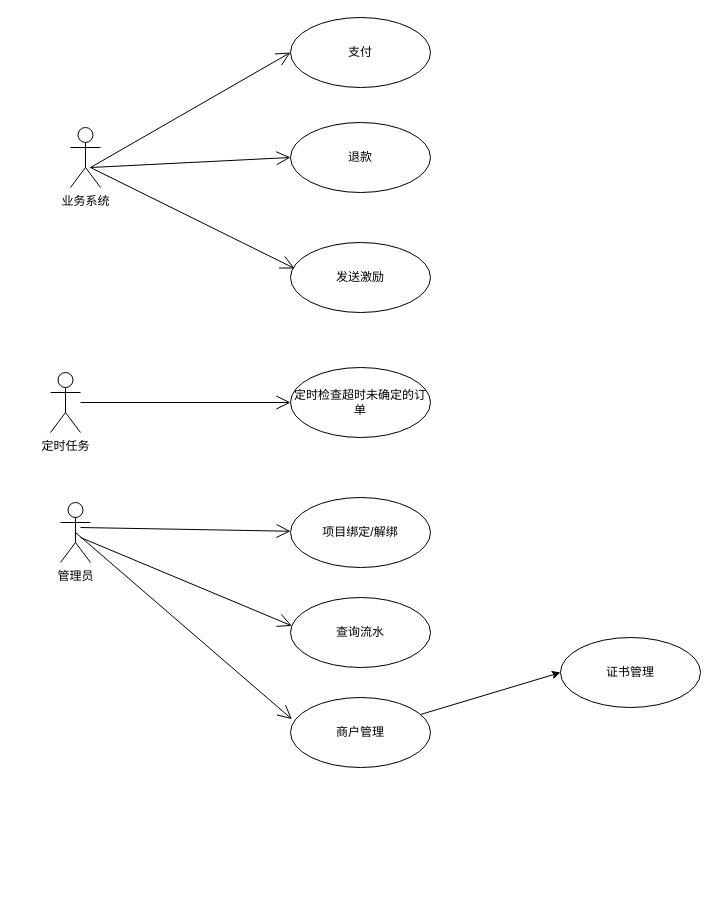
juesuchen/diagrams keeps this draw.io diagram as page "第 1 页" (1 of 4) of 基础服务-交易.drawio. Above is the earlier version. Source tidied: cells renumbered, new cells numbered last; positions are measured from the earlier drawing's top-left corner, leaving out a move shared by most shapes. Both pictures are drawn from the tidied source at 100%, with x=0, y=0 at pixel (50, 17).
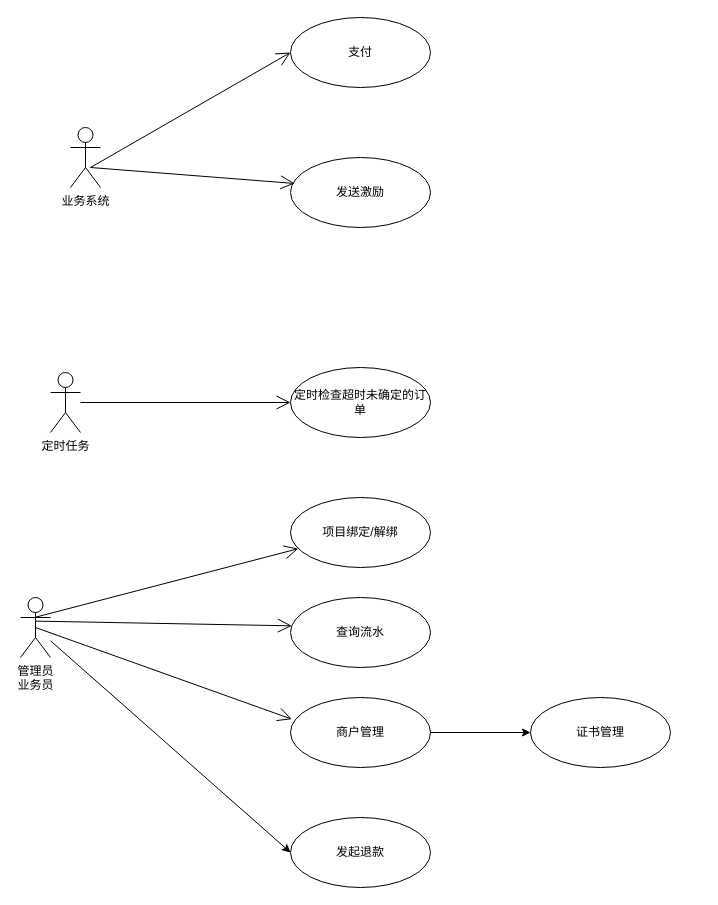
After the change.

Commit message:
更新基础服务-交易.drawio

The change refers to these unchanged cells:
```xml
<mxCell id="13" value="项目绑定/解绑" style="ellipse;whiteSpace=wrap;html=1;" parent="1" vertex="1">
  <mxGeometry x="240" y="480" width="140" height="70" as="geometry" />
</mxCell>
<mxCell id="15" value="查询流水" style="ellipse;whiteSpace=wrap;html=1;" parent="1" vertex="1">
  <mxGeometry x="240" y="580" width="140" height="70" as="geometry" />
</mxCell>
```

The edit, as a diff of the source:
```diff
@@
-    <mxCell id="5" value="退款" style="ellipse;whiteSpace=wrap;html=1;" parent="1" vertex="1">
-      <mxGeometry x="240" y="105" width="140" height="70" as="geometry" />
+    <mxCell id="5" value="发起退款" style="ellipse;whiteSpace=wrap;html=1;" parent="1" vertex="1">
+      <mxGeometry x="240" y="800" width="140" height="70" as="geometry" />
     </mxCell>
+    <mxCell id="21" style="rounded=0;jettySize=auto;html=1;entryX=0;entryY=0.5;entryDx=0;entryDy=0;" parent="1" edge="1" source="6" target="5">
+      <mxGeometry relative="1" as="geometry" />
+    </mxCell>
-    <mxCell id="6" value="管理员" style="shape=umlActor;verticalLabelPosition=bottom;verticalAlign=top;html=1;" parent="1" vertex="1">
-      <mxGeometry x="10" y="485" width="30" height="60" as="geometry" />
+    <mxCell id="6" value="管理员&lt;br&gt;业务员" style="shape=umlActor;verticalLabelPosition=bottom;verticalAlign=top;html=1;" parent="1" vertex="1">
+      <mxGeometry x="-30" y="580" width="30" height="60" as="geometry" />
     </mxCell>
@@
-    <mxCell id="8" style="endArrow=open;endFill=1;endSize=12;html=1;entryX=0;entryY=0.5;entryDx=0;entryDy=0;" parent="1" edge="1" target="5">
-      <mxGeometry relative="1" as="geometry">
-        <mxPoint x="40" y="150" as="sourcePoint" />
-      </mxGeometry>
-    </mxCell>
     <mxCell id="9" value="发送激励" style="ellipse;whiteSpace=wrap;html=1;" parent="1" vertex="1">
-      <mxGeometry x="240" y="225" width="140" height="70" as="geometry" />
+      <mxGeometry x="240" y="140" width="140" height="70" as="geometry" />
     </mxCell>
@@
-    <mxCell id="14" style="endArrow=open;endFill=1;endSize=12;html=1;" parent="1" edge="1" target="13">
-      <mxGeometry relative="1" as="geometry">
-        <mxPoint x="30" y="510" as="sourcePoint" />
-      </mxGeometry>
+    <mxCell id="14" style="endArrow=open;endFill=1;endSize=12;html=1;exitX=0.422;exitY=0.339;exitDx=0;exitDy=0;exitPerimeter=0;" parent="1" edge="1" source="6" target="13">
+      <mxGeometry relative="1" as="geometry" />
     </mxCell>
@@
-    <mxCell id="16" style="endArrow=open;endFill=1;endSize=12;html=1;entryX=0.01;entryY=0.405;entryDx=0;entryDy=0;entryPerimeter=0;" parent="1" edge="1" target="15">
-      <mxGeometry relative="1" as="geometry">
-        <mxPoint x="30" y="520" as="sourcePoint" />
-      </mxGeometry>
+    <mxCell id="16" style="endArrow=open;endFill=1;endSize=12;html=1;entryX=0.01;entryY=0.405;entryDx=0;entryDy=0;entryPerimeter=0;exitX=0.511;exitY=0.394;exitDx=0;exitDy=0;exitPerimeter=0;" parent="1" edge="1" source="6" target="15">
+      <mxGeometry relative="1" as="geometry" />
     </mxCell>
@@
     <mxCell id="20" value="证书管理" style="ellipse;whiteSpace=wrap;html=1;" parent="1" vertex="1">
-      <mxGeometry x="510" y="620" width="140" height="70" as="geometry" />
+      <mxGeometry x="480" y="680" width="140" height="70" as="geometry" />
     </mxCell>
```
